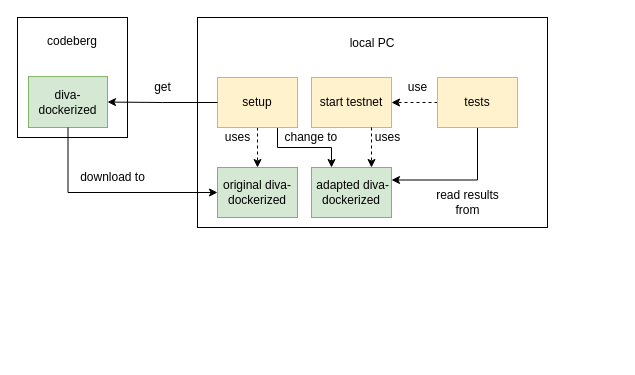
cailllev/Bachelor-Thesis keeps this draw.io diagram as diagrams/Testnetz-Aufbau.drawio. Above is the earlier version. Source tidied: cells renumbered, new cells numbered last; positions are measured from the earlier drawing's top-left corner, leaving out a move shared by most shapes. Both pictures are drawn from the tidied source at 100%, with x=0, y=0 at pixel (17, 17).
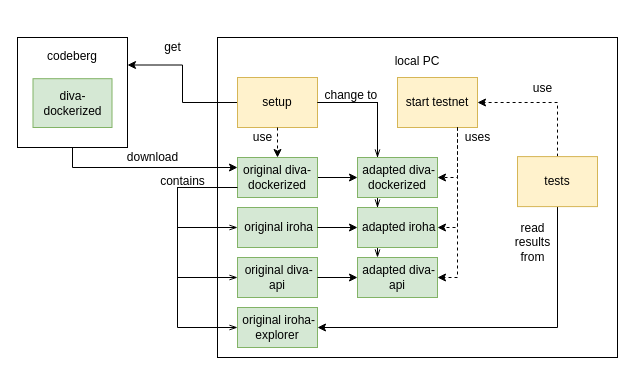
Above is the later version.

Change to the diagram source:
```diff
@@
+    <mxCell id="4" value="local PC&lt;br&gt;&lt;br&gt;&lt;br&gt;&lt;br&gt;&lt;br&gt;&lt;br&gt;&lt;br&gt;&lt;br&gt;&lt;br&gt;&lt;br&gt;&lt;br&gt;&lt;br&gt;&lt;br&gt;&lt;br&gt;&lt;br&gt;&lt;br&gt;&lt;br&gt;&lt;br&gt;&lt;br&gt;&lt;br&gt;" style="rounded=0;whiteSpace=wrap;html=1;" parent="1" vertex="1">
+      <mxGeometry x="200" y="20" width="400" height="320" as="geometry" />
+    </mxCell>
     <mxCell id="2" value="get" style="text;html=1;align=center;verticalAlign=middle;" parent="1" vertex="1">
-      <mxGeometry x="130" y="60" width="30" height="20" as="geometry" />
+      <mxGeometry x="140" y="20" width="30" height="20" as="geometry" />
     </mxCell>
-    <mxCell id="3" style="group;" parent="1" vertex="1">
-      <mxGeometry x="180" width="350" height="210" as="geometry" />
-    </mxCell>
-    <mxCell id="4" value="local PC&lt;br&gt;&lt;br&gt;&lt;br&gt;&lt;br&gt;&lt;br&gt;&lt;br&gt;&lt;br&gt;&lt;br&gt;&lt;br&gt;&lt;br&gt;&lt;br&gt;&lt;br&gt;" style="rounded=0;whiteSpace=wrap;html=1;" parent="3" vertex="1">
-      <mxGeometry width="350" height="210" as="geometry" />
-    </mxCell>
+    <mxCell id="26" style="edgeStyle=orthogonalEdgeStyle;rounded=0;jettySize=auto;html=1;exitX=1;exitY=0.5;exitDx=0;exitDy=0;entryX=0;entryY=0.5;entryDx=0;entryDy=0;" parent="1" edge="1" source="5" target="6">
+      <mxGeometry relative="1" as="geometry" />
+    </mxCell>
+    <mxCell id="27" style="edgeStyle=orthogonalEdgeStyle;rounded=0;jettySize=auto;html=1;exitX=0;exitY=0.75;exitDx=0;exitDy=0;entryX=0;entryY=0.5;entryDx=0;entryDy=0;endArrow=openThin;endFill=0;" parent="1" edge="1" source="5" target="31">
+      <mxGeometry relative="1" as="geometry">
+        <Array as="points">
+          <mxPoint x="160" y="170" />
+          <mxPoint x="160" y="210" />
+        </Array>
+      </mxGeometry>
+    </mxCell>
+    <mxCell id="28" style="edgeStyle=orthogonalEdgeStyle;rounded=0;jettySize=auto;html=1;exitX=0;exitY=0.75;exitDx=0;exitDy=0;entryX=0;entryY=0.5;entryDx=0;entryDy=0;endArrow=openThin;endFill=0;" parent="1" edge="1" source="5" target="36">
+      <mxGeometry relative="1" as="geometry">
+        <Array as="points">
+          <mxPoint x="160" y="170" />
+          <mxPoint x="160" y="310" />
+        </Array>
+      </mxGeometry>
+    </mxCell>
-    <mxCell id="5" value="original diva-dockerized" style="rounded=0;whiteSpace=wrap;html=1;fillColor=#d5e8d4;strokeColor=#82b366;" parent="3" vertex="1">
-      <mxGeometry x="20" y="150" width="80" height="50" as="geometry" />
+    <mxCell id="5" value="original diva-dockerized" style="rounded=0;whiteSpace=wrap;html=1;fillColor=#d5e8d4;strokeColor=#82b366;" parent="1" vertex="1">
+      <mxGeometry x="220" y="140" width="80" height="40" as="geometry" />
     </mxCell>
-    <mxCell id="6" value="&amp;nbsp;adapted diva-dockerized" style="rounded=0;whiteSpace=wrap;html=1;fillColor=#d5e8d4;strokeColor=#82b366;" parent="3" vertex="1">
-      <mxGeometry x="114" y="150" width="80" height="50" as="geometry" />
-    </mxCell>
-    <mxCell id="7" style="edgeStyle=orthogonalEdgeStyle;rounded=0;jettySize=auto;html=1;exitX=0.75;exitY=1;exitDx=0;exitDy=0;entryX=0.25;entryY=0;entryDx=0;entryDy=0;" parent="3" edge="1" source="9" target="6">
+    <mxCell id="7" style="edgeStyle=orthogonalEdgeStyle;rounded=0;jettySize=auto;html=1;exitX=1;exitY=0.5;exitDx=0;exitDy=0;endArrow=openThin;endFill=0;entryX=0.25;entryY=0;entryDx=0;entryDy=0;" parent="1" edge="1" source="9" target="6">
       <mxGeometry relative="1" as="geometry" />
     </mxCell>
-    <mxCell id="8" style="edgeStyle=orthogonalEdgeStyle;rounded=0;jettySize=auto;html=1;exitX=0.5;exitY=1;exitDx=0;exitDy=0;entryX=0.5;entryY=0;entryDx=0;entryDy=0;dashed=1;" parent="3" edge="1" source="9" target="5">
-      <mxGeometry relative="1" as="geometry" />
-    </mxCell>
+    <mxCell id="29" style="edgeStyle=orthogonalEdgeStyle;rounded=0;jettySize=auto;html=1;exitX=0;exitY=0.5;exitDx=0;exitDy=0;entryX=1;entryY=0.25;entryDx=0;entryDy=0;endArrow=classic;endFill=1;" parent="1" edge="1" source="9" target="21">
+      <mxGeometry relative="1" as="geometry" />
+    </mxCell>
-    <mxCell id="9" value="setup" style="rounded=0;whiteSpace=wrap;html=1;fillColor=#fff2cc;strokeColor=#d6b656;" parent="3" vertex="1">
-      <mxGeometry x="20" y="60" width="80" height="50" as="geometry" />
+    <mxCell id="9" value="setup" style="rounded=0;whiteSpace=wrap;html=1;fillColor=#fff2cc;strokeColor=#d6b656;" parent="1" vertex="1">
+      <mxGeometry x="220" y="60" width="80" height="50" as="geometry" />
     </mxCell>
-    <mxCell id="10" value="start testnet" style="rounded=0;whiteSpace=wrap;html=1;fillColor=#fff2cc;strokeColor=#d6b656;" parent="3" vertex="1">
-      <mxGeometry x="114" y="60" width="80" height="50" as="geometry" />
+    <mxCell id="10" value="start testnet" style="rounded=0;whiteSpace=wrap;html=1;fillColor=#fff2cc;strokeColor=#d6b656;" parent="1" vertex="1">
+      <mxGeometry x="380" y="60" width="80" height="50" as="geometry" />
     </mxCell>
-    <mxCell id="11" style="edgeStyle=orthogonalEdgeStyle;rounded=0;jettySize=auto;html=1;exitX=0;exitY=0.5;exitDx=0;exitDy=0;entryX=1;entryY=0.5;entryDx=0;entryDy=0;dashed=1;" parent="3" edge="1" source="13" target="10">
-      <mxGeometry relative="1" as="geometry" />
+    <mxCell id="11" style="edgeStyle=orthogonalEdgeStyle;rounded=0;jettySize=auto;html=1;exitX=0.5;exitY=0;exitDx=0;exitDy=0;entryX=1;entryY=0.5;entryDx=0;entryDy=0;dashed=1;" parent="1" edge="1" source="13" target="10">
+      <mxGeometry x="250" y="110" as="geometry" />
     </mxCell>
-    <mxCell id="12" style="edgeStyle=orthogonalEdgeStyle;rounded=0;jettySize=auto;html=1;exitX=0.5;exitY=1;exitDx=0;exitDy=0;entryX=1;entryY=0.25;entryDx=0;entryDy=0;" parent="3" edge="1" source="13" target="6">
-      <mxGeometry relative="1" as="geometry" />
+    <mxCell id="12" style="edgeStyle=orthogonalEdgeStyle;rounded=0;jettySize=auto;html=1;exitX=0.5;exitY=1;exitDx=0;exitDy=0;entryX=1;entryY=0.5;entryDx=0;entryDy=0;" parent="1" edge="1" source="13" target="36">
+      <mxGeometry x="250" y="110" as="geometry" />
     </mxCell>
-    <mxCell id="13" value="tests" style="rounded=0;whiteSpace=wrap;html=1;fillColor=#fff2cc;strokeColor=#d6b656;" parent="3" vertex="1">
-      <mxGeometry x="240" y="60" width="80" height="50" as="geometry" />
+    <mxCell id="13" value="tests" style="rounded=0;whiteSpace=wrap;html=1;fillColor=#fff2cc;strokeColor=#d6b656;" parent="1" vertex="1">
+      <mxGeometry x="500" y="139.1" width="80" height="50" as="geometry" />
     </mxCell>
-    <mxCell id="14" value="uses" style="text;html=1;align=center;verticalAlign=middle;" parent="3" vertex="1">
-      <mxGeometry x="20" y="110" width="40" height="20" as="geometry" />
-    </mxCell>
-    <mxCell id="15" value="change to&amp;nbsp;" style="text;html=1;align=center;verticalAlign=middle;" parent="3" vertex="1">
-      <mxGeometry x="80" y="110" width="70" height="20" as="geometry" />
+    <mxCell id="15" value="change to&amp;nbsp;" style="text;html=1;align=center;verticalAlign=middle;" parent="1" vertex="1">
+      <mxGeometry x="300" y="68.2" width="70" height="20" as="geometry" />
     </mxCell>
-    <mxCell id="16" style="edgeStyle=orthogonalEdgeStyle;rounded=0;jettySize=auto;html=1;exitX=0.75;exitY=1;exitDx=0;exitDy=0;entryX=0.75;entryY=0;entryDx=0;entryDy=0;dashed=1;" parent="3" edge="1" source="10" target="6">
-      <mxGeometry relative="1" as="geometry" />
+    <mxCell id="16" style="edgeStyle=orthogonalEdgeStyle;rounded=0;jettySize=auto;html=1;exitX=0.75;exitY=1;exitDx=0;exitDy=0;entryX=1;entryY=0.5;entryDx=0;entryDy=0;dashed=1;" parent="1" edge="1" source="10" target="6">
+      <mxGeometry x="250" y="110" as="geometry" />
     </mxCell>
-    <mxCell id="17" value="uses" style="text;html=1;align=center;verticalAlign=middle;" parent="3" vertex="1">
-      <mxGeometry x="170" y="110" width="40" height="20" as="geometry" />
+    <mxCell id="17" value="uses" style="text;html=1;align=center;verticalAlign=middle;" parent="1" vertex="1">
+      <mxGeometry x="440" y="110" width="40" height="20" as="geometry" />
     </mxCell>
-    <mxCell id="18" value="use" style="text;html=1;align=center;verticalAlign=middle;rotation=0;" parent="3" vertex="1">
-      <mxGeometry x="205" y="60" width="30" height="20" as="geometry" />
+    <mxCell id="18" value="use" style="text;html=1;align=center;verticalAlign=middle;rotation=0;" parent="1" vertex="1">
+      <mxGeometry x="510" y="60.9" width="30" height="20" as="geometry" />
     </mxCell>
-    <mxCell id="19" value="read results &lt;br&gt;from" style="text;html=1;align=center;verticalAlign=middle;rotation=0;" parent="3" vertex="1">
-      <mxGeometry x="230" y="170" width="80" height="30" as="geometry" />
+    <mxCell id="19" value="read &lt;br&gt;results &lt;br&gt;from" style="text;html=1;align=center;verticalAlign=middle;rotation=0;" parent="1" vertex="1">
+      <mxGeometry x="490" y="200" width="50" height="50" as="geometry" />
     </mxCell>
-    <mxCell id="20" style="group;" parent="1" vertex="1">
-      <mxGeometry width="110" height="130" as="geometry" />
-    </mxCell>
+    <mxCell id="30" style="edgeStyle=orthogonalEdgeStyle;rounded=0;jettySize=auto;html=1;exitX=0;exitY=0.75;exitDx=0;exitDy=0;entryX=0;entryY=0.5;entryDx=0;entryDy=0;endArrow=openThin;endFill=0;" parent="1" edge="1" source="5" target="32">
+      <mxGeometry relative="1" as="geometry">
+        <Array as="points">
+          <mxPoint x="160" y="170" />
+          <mxPoint x="160" y="260" />
+        </Array>
+      </mxGeometry>
+    </mxCell>
+    <mxCell id="31" value="&amp;nbsp;original iroha" style="rounded=0;whiteSpace=wrap;html=1;fillColor=#d5e8d4;strokeColor=#82b366;" parent="1" vertex="1">
+      <mxGeometry x="220" y="190" width="80" height="40" as="geometry" />
+    </mxCell>
+    <mxCell id="24" style="edgeStyle=orthogonalEdgeStyle;rounded=0;jettySize=auto;html=1;exitX=0.5;exitY=1;exitDx=0;exitDy=0;entryX=0;entryY=0.25;entryDx=0;entryDy=0;" parent="1" edge="1" source="22" target="5">
+      <mxGeometry relative="1" as="geometry">
+        <Array as="points">
+          <mxPoint x="55" y="150" />
+        </Array>
+      </mxGeometry>
+    </mxCell>
+    <mxCell id="32" value="&amp;nbsp;original diva-api" style="rounded=0;whiteSpace=wrap;html=1;fillColor=#d5e8d4;strokeColor=#82b366;" parent="1" vertex="1">
+      <mxGeometry x="220" y="240" width="80" height="40" as="geometry" />
+    </mxCell>
+    <mxCell id="33" value="&amp;nbsp;adapted diva-api" style="rounded=0;whiteSpace=wrap;html=1;fillColor=#d5e8d4;strokeColor=#82b366;" parent="1" vertex="1">
+      <mxGeometry x="340" y="240" width="80" height="40" as="geometry" />
+    </mxCell>
+    <mxCell id="34" style="edgeStyle=orthogonalEdgeStyle;rounded=0;jettySize=auto;html=1;exitX=1;exitY=0.5;exitDx=0;exitDy=0;entryX=0;entryY=0.5;entryDx=0;entryDy=0;" parent="1" edge="1" source="31" target="42">
+      <mxGeometry relative="1" as="geometry" />
+    </mxCell>
+    <mxCell id="35" style="edgeStyle=orthogonalEdgeStyle;rounded=0;jettySize=auto;html=1;exitX=1;exitY=0.5;exitDx=0;exitDy=0;entryX=0;entryY=0.5;entryDx=0;entryDy=0;" parent="1" edge="1" source="32" target="33">
+      <mxGeometry relative="1" as="geometry" />
+    </mxCell>
+    <mxCell id="36" value="&amp;nbsp;original iroha-explorer" style="rounded=0;whiteSpace=wrap;html=1;fillColor=#d5e8d4;strokeColor=#82b366;" parent="1" vertex="1">
+      <mxGeometry x="220" y="290" width="80" height="40" as="geometry" />
+    </mxCell>
+    <mxCell id="37" style="edgeStyle=orthogonalEdgeStyle;rounded=0;jettySize=auto;html=1;exitX=0.75;exitY=1;exitDx=0;exitDy=0;entryX=1;entryY=0.5;entryDx=0;entryDy=0;dashed=1;" parent="1" edge="1" source="10" target="42">
+      <mxGeometry x="260" y="120" as="geometry" />
+    </mxCell>
+    <mxCell id="38" style="edgeStyle=orthogonalEdgeStyle;rounded=0;jettySize=auto;html=1;exitX=0.75;exitY=1;exitDx=0;exitDy=0;entryX=1;entryY=0.5;entryDx=0;entryDy=0;dashed=1;" parent="1" edge="1" source="10" target="33">
+      <mxGeometry x="270" y="130" as="geometry" />
+    </mxCell>
+    <mxCell id="25" value="download" style="text;html=1;align=center;verticalAlign=middle;" parent="1" vertex="1">
+      <mxGeometry x="100" y="130" width="70" height="20" as="geometry" />
+    </mxCell>
-    <mxCell id="21" value="codeberg&lt;br&gt;&lt;br&gt;&lt;br&gt;&lt;br&gt;&lt;br&gt;&lt;br&gt;" style="rounded=0;whiteSpace=wrap;html=1;" parent="20" vertex="1">
-      <mxGeometry width="110" height="120" as="geometry" />
+    <mxCell id="21" value="codeberg&lt;br&gt;&lt;br&gt;&lt;br&gt;&lt;br&gt;&lt;br&gt;&lt;br&gt;" style="rounded=0;whiteSpace=wrap;html=1;" parent="1" vertex="1">
+      <mxGeometry y="20" width="110" height="110" as="geometry" />
     </mxCell>
-    <mxCell id="22" value="diva-dockerized" style="rounded=0;whiteSpace=wrap;html=1;fillColor=#d5e8d4;strokeColor=#82b366;" parent="20" vertex="1">
-      <mxGeometry x="11" y="59.1" width="79" height="50.9" as="geometry" />
+    <mxCell id="22" value="diva-dockerized" style="rounded=0;whiteSpace=wrap;html=1;fillColor=#d5e8d4;strokeColor=#82b366;" parent="1" vertex="1">
+      <mxGeometry x="15.5" y="61.2" width="79" height="48.8" as="geometry" />
     </mxCell>
-    <mxCell id="23" style="edgeStyle=orthogonalEdgeStyle;rounded=0;jettySize=auto;html=1;exitX=0;exitY=0.5;exitDx=0;exitDy=0;entryX=1;entryY=0.5;entryDx=0;entryDy=0;" parent="1" edge="1" source="9" target="22">
-      <mxGeometry relative="1" as="geometry" />
-    </mxCell>
-    <mxCell id="24" style="edgeStyle=orthogonalEdgeStyle;rounded=0;jettySize=auto;html=1;exitX=0.5;exitY=1;exitDx=0;exitDy=0;entryX=0;entryY=0.5;entryDx=0;entryDy=0;" parent="1" edge="1" source="22" target="5">
-      <mxGeometry relative="1" as="geometry" />
-    </mxCell>
-    <mxCell id="25" value="download to" style="text;html=1;align=center;verticalAlign=middle;" parent="1" vertex="1">
-      <mxGeometry x="55" y="150" width="80" height="20" as="geometry" />
-    </mxCell>
+    <mxCell id="39" value="contains" style="text;html=1;align=center;verticalAlign=middle;rotation=0;" parent="1" vertex="1">
+      <mxGeometry x="135" y="154.1" width="60" height="20" as="geometry" />
+    </mxCell>
+    <mxCell id="40" style="edgeStyle=orthogonalEdgeStyle;rounded=0;jettySize=auto;html=1;exitX=1;exitY=0.5;exitDx=0;exitDy=0;endArrow=openThin;endFill=0;entryX=0.25;entryY=0;entryDx=0;entryDy=0;" parent="1" edge="1" source="9" target="42">
+      <mxGeometry relative="1" as="geometry" />
+    </mxCell>
+    <mxCell id="41" style="edgeStyle=orthogonalEdgeStyle;rounded=0;jettySize=auto;html=1;exitX=1;exitY=0.5;exitDx=0;exitDy=0;endArrow=openThin;endFill=0;entryX=0.25;entryY=0;entryDx=0;entryDy=0;" parent="1" edge="1" source="9" target="33">
+      <mxGeometry relative="1" as="geometry">
+        <Array as="points">
+          <mxPoint x="360" y="85" />
+        </Array>
+      </mxGeometry>
+    </mxCell>
+    <mxCell id="6" value="&amp;nbsp;adapted diva-dockerized" style="rounded=0;whiteSpace=wrap;html=1;fillColor=#d5e8d4;strokeColor=#82b366;" parent="1" vertex="1">
+      <mxGeometry x="340" y="140" width="80" height="40" as="geometry" />
+    </mxCell>
+    <mxCell id="42" value="&amp;nbsp;adapted iroha" style="rounded=0;whiteSpace=wrap;html=1;fillColor=#d5e8d4;strokeColor=#82b366;" parent="1" vertex="1">
+      <mxGeometry x="340" y="190" width="80" height="40" as="geometry" />
+    </mxCell>
+    <mxCell id="8" style="edgeStyle=orthogonalEdgeStyle;rounded=0;jettySize=auto;html=1;exitX=0.5;exitY=1;exitDx=0;exitDy=0;entryX=0.5;entryY=0;entryDx=0;entryDy=0;dashed=1;" parent="1" edge="1" source="9" target="5">
+      <mxGeometry x="260" y="120" as="geometry" />
+    </mxCell>
+    <mxCell id="43" value="use" style="text;html=1;align=center;verticalAlign=middle;rotation=0;" parent="1" vertex="1">
+      <mxGeometry x="230" y="110" width="30" height="20" as="geometry" />
+    </mxCell>
```
